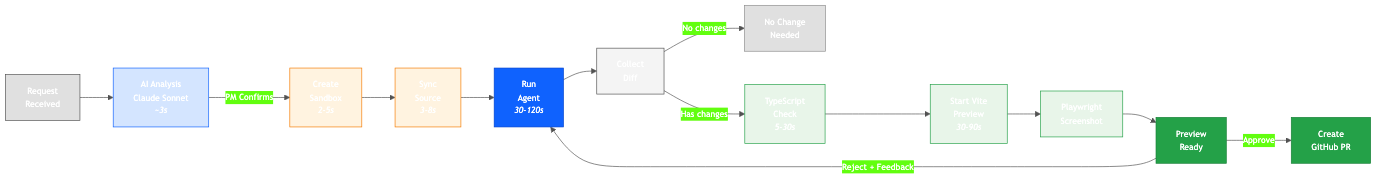
kyungjaeha-moloco/moloco-inspect keeps this Mermaid diagram as docs/images/03-pipeline.png. Above is the earlier version. Its source is kept beside it as docs/images/03-pipeline.mmd.
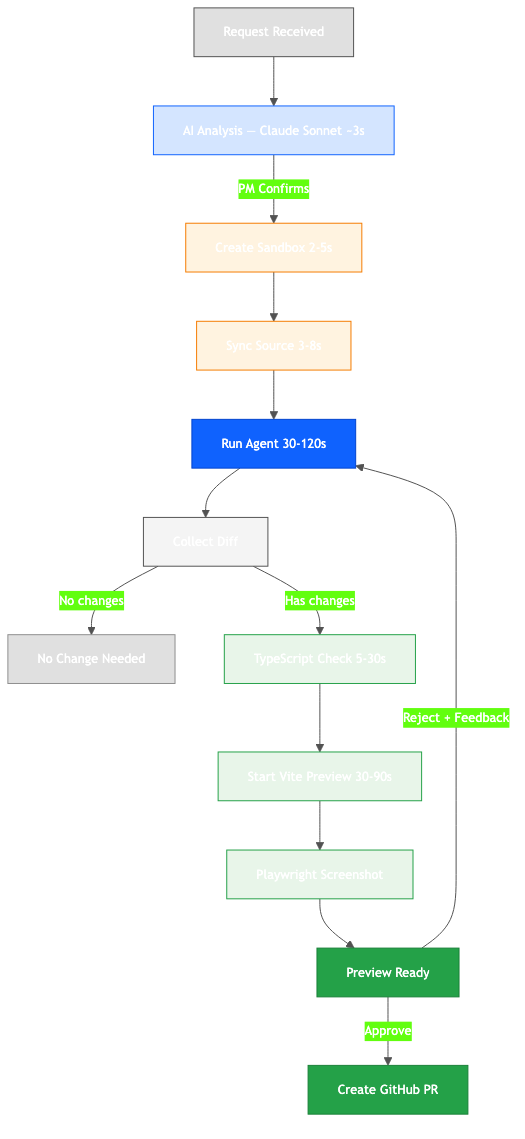
The same diagram one commit later.

Commit message:
docs: change pipeline diagram to vertical layout

Change to the diagram source:
```diff
@@ -1,16 +1,16 @@
 %%{init: {'theme': 'base', 'themeVariables': { 'primaryColor': '#0f62fe', 'primaryTextColor': '#fff', 'lineColor': '#525252', 'fontSize': '13px' }}}%%
-flowchart LR
-    REQ["Request<br/>Received"] --> ANALYSIS["AI Analysis<br/>Claude Sonnet<br/><i>~3s</i>"]
-    ANALYSIS --> |PM Confirms| SANDBOX["Create<br/>Sandbox<br/><i>2-5s</i>"]
-    SANDBOX --> SYNC["Sync<br/>Source<br/><i>3-8s</i>"]
-    SYNC --> AGENT["Run<br/>Agent<br/><i>30-120s</i>"]
-    AGENT --> DIFF["Collect<br/>Diff"]
-    DIFF --> |No changes| DONE_NC["No Change<br/>Needed"]
-    DIFF --> |Has changes| TC["TypeScript<br/>Check<br/><i>5-30s</i>"]
-    TC --> PREVIEW["Start Vite<br/>Preview<br/><i>30-90s</i>"]
-    PREVIEW --> SS["Playwright<br/>Screenshot"]
-    SS --> READY["Preview<br/>Ready"]
-    READY --> |Approve| PR["Create<br/>GitHub PR"]
+flowchart TD
+    REQ["Request Received"] --> ANALYSIS["AI Analysis — Claude Sonnet ~3s"]
+    ANALYSIS --> |PM Confirms| SANDBOX["Create Sandbox 2-5s"]
+    SANDBOX --> SYNC["Sync Source 3-8s"]
+    SYNC --> AGENT["Run Agent 30-120s"]
+    AGENT --> DIFF["Collect Diff"]
+    DIFF --> |No changes| DONE_NC["No Change Needed"]
+    DIFF --> |Has changes| TC["TypeScript Check 5-30s"]
+    TC --> PREVIEW["Start Vite Preview 30-90s"]
+    PREVIEW --> SS["Playwright Screenshot"]
+    SS --> READY["Preview Ready"]
+    READY --> |Approve| PR["Create GitHub PR"]
     READY --> |Reject + Feedback| AGENT
 
     style REQ fill:#e0e0e0,stroke:#525252
```
